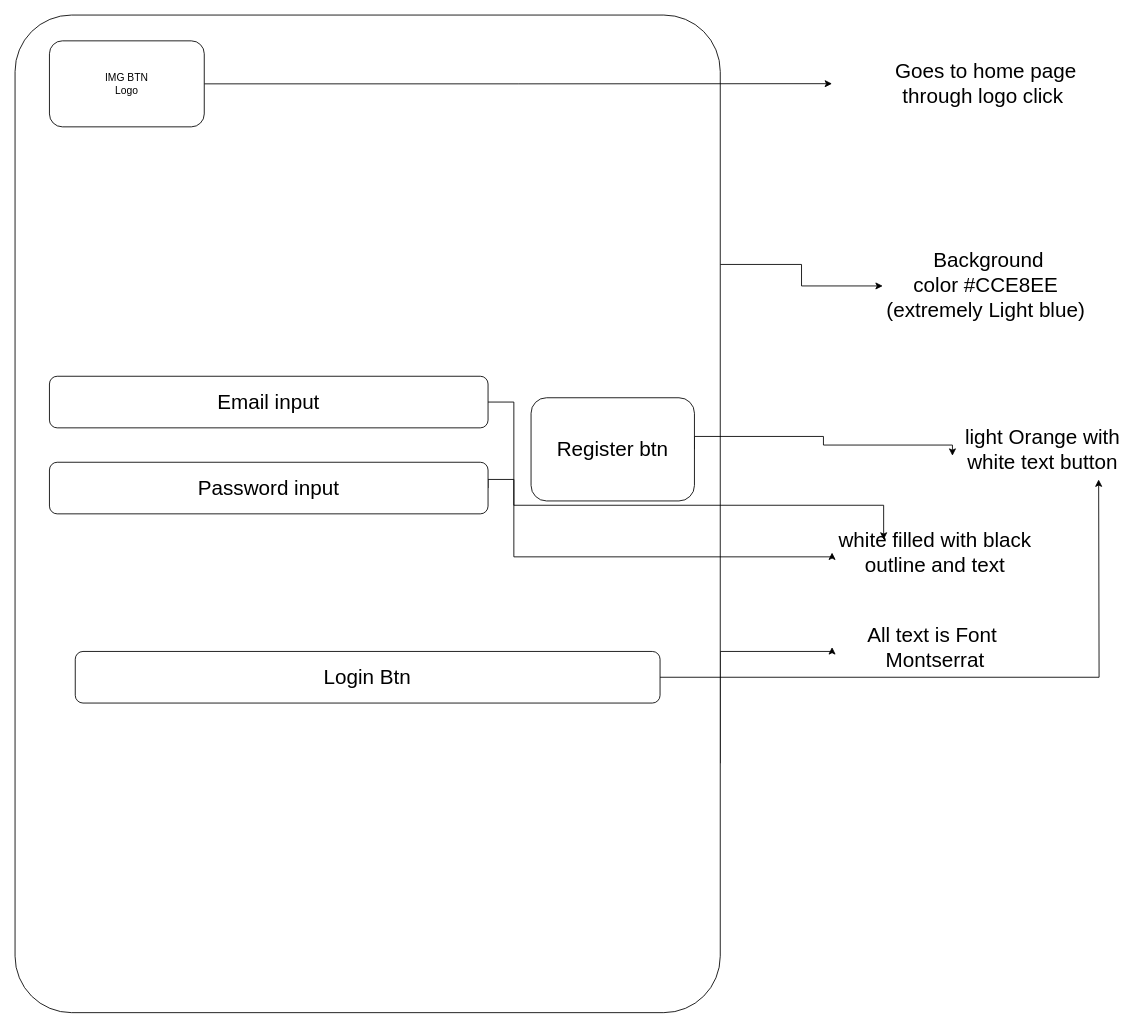
BarryHennett/ISCG7424_MobileAssignment keeps this draw.io diagram as Wireframes/RegistrationMBAPP.drawio. Above is the earlier version. Source tidied: cells renumbered, new cells numbered last; positions are measured from the earlier drawing's top-left corner, leaving out a move shared by most shapes. Both pictures are drawn from the tidied source at 86%, with x=0, y=0 at pixel (15, 15).
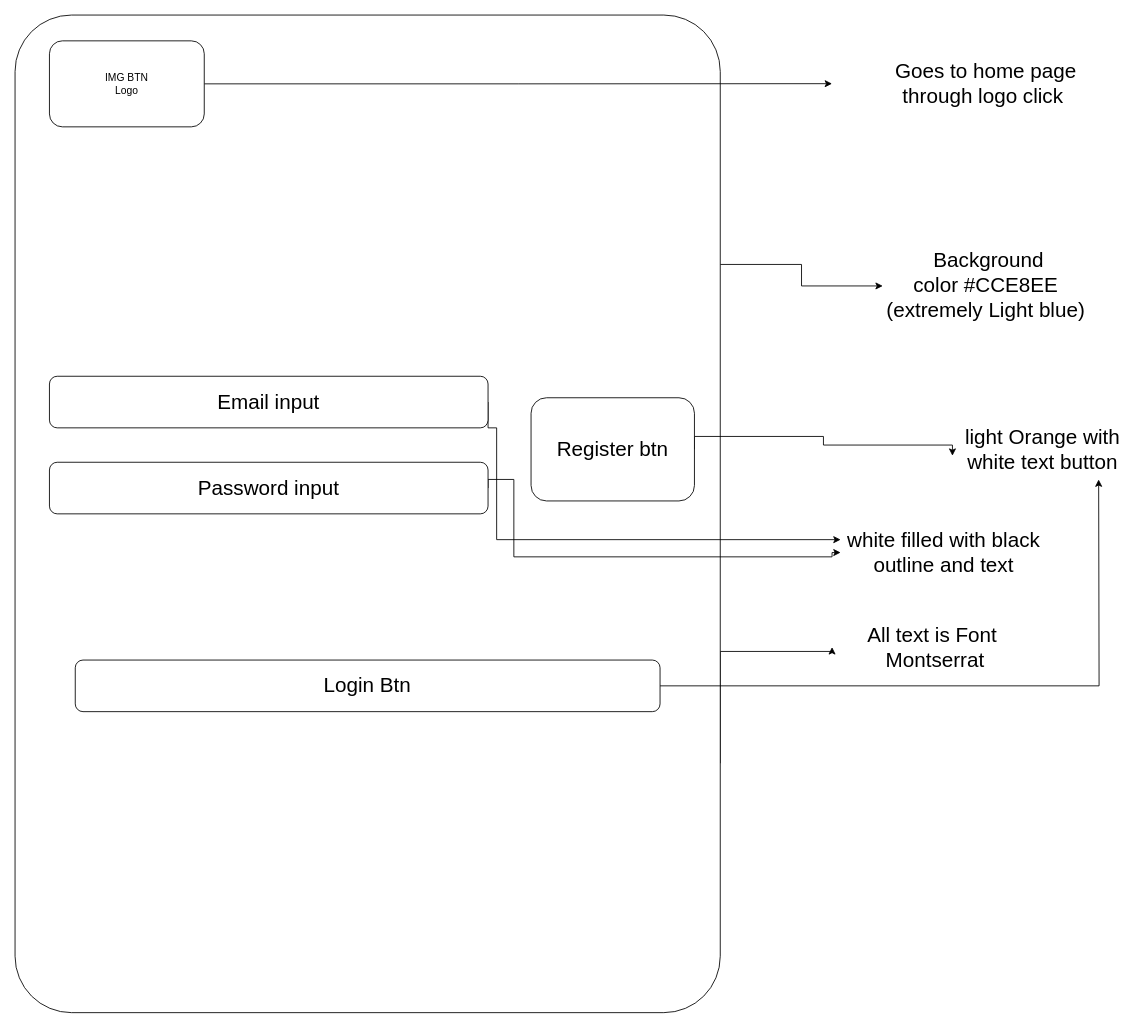
After the change.

Unchanged cells that the change refers to:
```xml
<mxCell id="11" value="Email input" style="rounded=1;whiteSpace=wrap;html=1;fontSize=24;" parent="1" vertex="1">
  <mxGeometry x="40" y="420" width="510" height="60" as="geometry" />
</mxCell>
```

The edit, as a diff of the source:
```diff
@@
     <mxCell id="7" value="&lt;font style=&quot;font-size: 24px;&quot;&gt;white filled with black outline and text&lt;/font&gt;" style="text;strokeColor=none;align=center;fillColor=none;html=1;verticalAlign=middle;whiteSpace=wrap;rounded=0;" parent="1" vertex="1">
-      <mxGeometry x="950" y="610" width="240" height="30" as="geometry" />
+      <mxGeometry x="960" y="610" width="240" height="30" as="geometry" />
     </mxCell>
@@
-    <mxCell id="10" style="edgeStyle=orthogonalEdgeStyle;rounded=0;jettySize=auto;html=1;exitX=1;exitY=0.5;exitDx=0;exitDy=0;entryX=0.25;entryY=0;entryDx=0;entryDy=0;" parent="1" edge="1" source="11" target="7">
+    <mxCell id="10" style="edgeStyle=orthogonalEdgeStyle;rounded=0;jettySize=auto;html=1;exitX=1;exitY=0.5;exitDx=0;exitDy=0;" parent="1" edge="1" source="11">
       <mxGeometry relative="1" as="geometry">
+        <mxPoint x="960" y="610" as="targetPoint" />
         <Array as="points">
-          <mxPoint x="580" y="450" />
-          <mxPoint x="580" y="570" />
-          <mxPoint x="1010" y="570" />
+          <mxPoint x="550" y="480" />
+          <mxPoint x="560" y="480" />
+          <mxPoint x="560" y="610" />
         </Array>
       </mxGeometry>
     </mxCell>
@@
     <mxCell id="18" value="&lt;font style=&quot;font-size: 24px;&quot;&gt;Login Btn&lt;/font&gt;" style="rounded=1;whiteSpace=wrap;html=1;" parent="1" vertex="1">
-      <mxGeometry x="70" y="740" width="680" height="60" as="geometry" />
+      <mxGeometry x="70" y="750" width="680" height="60" as="geometry" />
     </mxCell>
```
